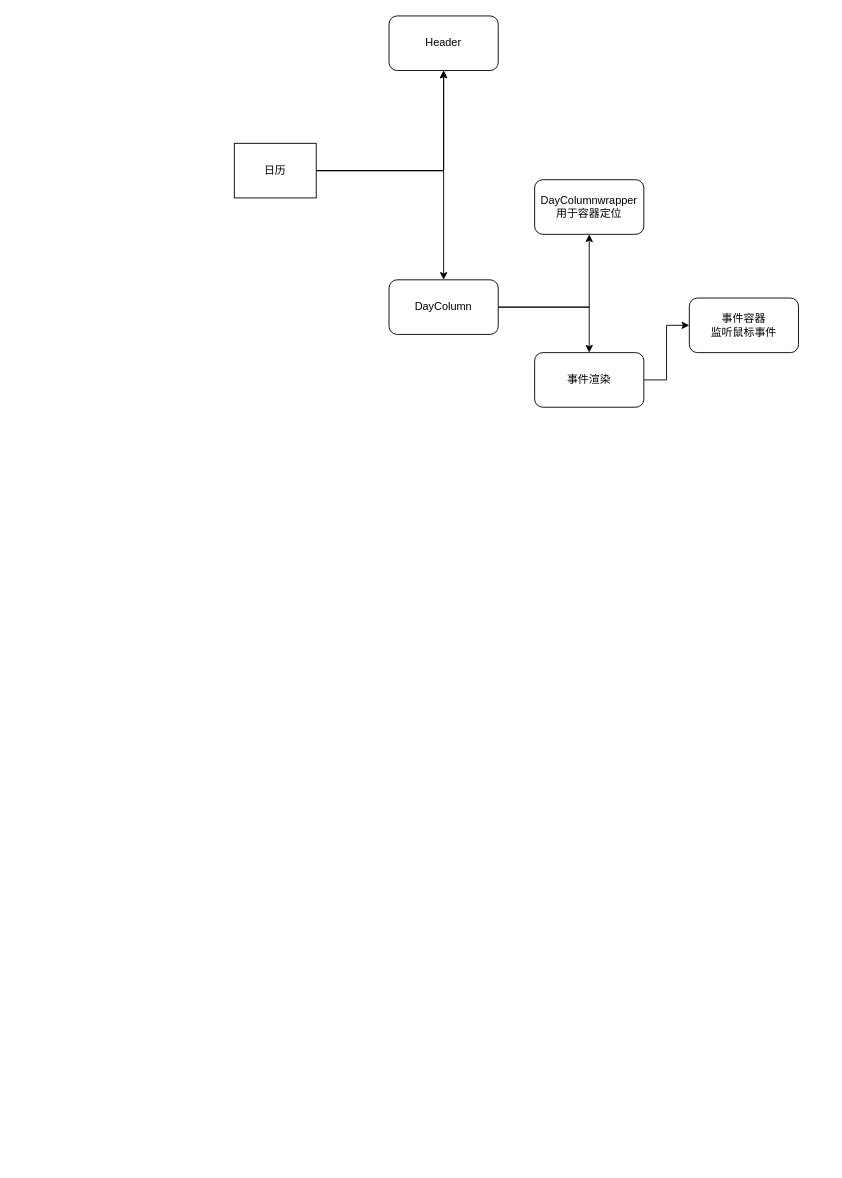
The draw.io diagram drawIO/calendarV2.drawio in linround/gitBook, before the edit. Source tidied: cells renumbered, new cells numbered last; positions are measured from the earlier drawing's top-left corner, leaving out a move shared by most shapes. Both pictures are drawn from the tidied source at 91%, with x=0, y=0 at pixel (234, 15).
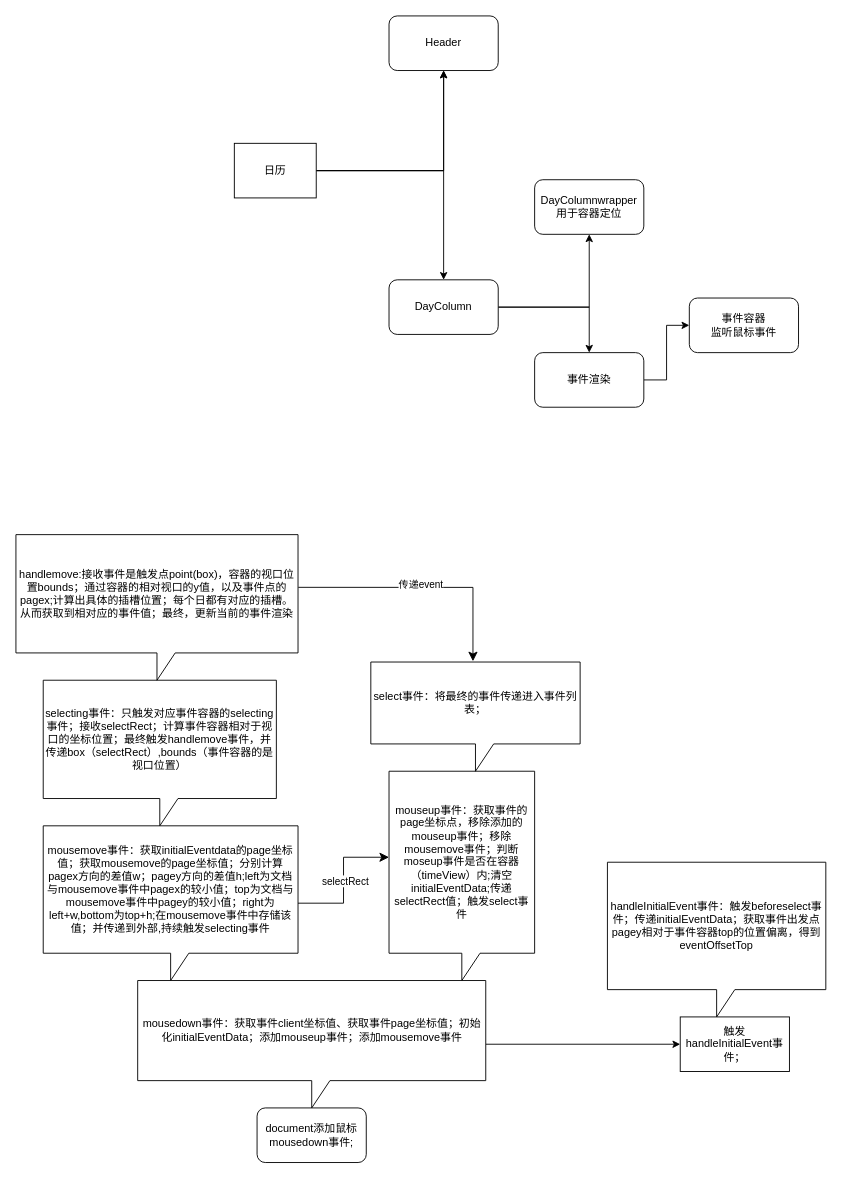
The same page after the edit.

Commit message:
doc:v2的日历设计相关

The edit, as a diff of the source:
```diff
@@
+    <mxCell id="14" value="document添加鼠标mousedown事件;" style="rounded=1;whiteSpace=wrap;html=1;" parent="1" vertex="1">
+      <mxGeometry x="25" y="1200" width="120" height="60" as="geometry" />
+    </mxCell>
+    <mxCell id="15" style="edgeStyle=orthogonalEdgeStyle;rounded=0;jettySize=auto;html=1;" parent="1" edge="1" source="16" target="23">
+      <mxGeometry relative="1" as="geometry" />
+    </mxCell>
+    <mxCell id="16" value="mousedown事件：获取事件client坐标值、获取事件page坐标值；初始化initialEventData；添加mouseup事件；添加mousemove事件" style="shape=callout;whiteSpace=wrap;html=1;perimeter=calloutPerimeter;" parent="1" vertex="1">
+      <mxGeometry x="-106.2" y="1060" width="382.5" height="140" as="geometry" />
+    </mxCell>
+    <mxCell id="17" value="mouseup事件：获取事件的page坐标点，移除添加的mouseup事件；移除mousemove事件；判断moseup事件是否在容器（timeView）内;清空initialEventData;传递selectRect值；触发select事件" style="shape=callout;whiteSpace=wrap;html=1;perimeter=calloutPerimeter;" parent="1" vertex="1">
+      <mxGeometry x="170" y="830" width="160" height="230" as="geometry" />
+    </mxCell>
+    <mxCell id="18" value="mousemove事件：获取initialEventdata的page坐标值；获取mousemove的page坐标值；分别计算pagex方向的差值w；pagey方向的差值h;left为文档与mousemove事件中pagex的较小值；top为文档与mousemove事件中pagey的较小值；right为left+w,bottom为top+h;在mousemove事件中存储该值；并传递到外部,持续触发selecting事件" style="shape=callout;whiteSpace=wrap;html=1;perimeter=calloutPerimeter;" parent="1" vertex="1">
+      <mxGeometry x="-210" y="890" width="280" height="170" as="geometry" />
+    </mxCell>
+    <mxCell id="19" style="edgeStyle=elbowEdgeStyle;elbow=horizontal;endArrow=classic;html=1;curved=0;rounded=0;endSize=8;startSize=8;entryX=0;entryY=0.411;entryDx=0;entryDy=0;entryPerimeter=0;" parent="1" edge="1" source="18" target="17">
+      <mxGeometry relative="1" as="geometry" />
+    </mxCell>
+    <mxCell id="20" value="selectRect" style="edgeLabel;html=1;align=center;verticalAlign=middle;" parent="19" vertex="1">
+      <mxGeometry x="0.16" y="-1" relative="1" as="geometry">
+        <mxPoint y="12" as="offset" />
+      </mxGeometry>
+    </mxCell>
+    <mxCell id="21" value="selecting事件：只触发对应事件容器的selecting事件；接收selectRect；计算事件容器相对于视口的坐标位置；最终触发handlemove事件，并传递box（selectRect）,bounds（事件容器的是视口位置）" style="shape=callout;whiteSpace=wrap;html=1;perimeter=calloutPerimeter;" parent="1" vertex="1">
+      <mxGeometry x="-210" y="730" width="256.2" height="160" as="geometry" />
+    </mxCell>
+    <mxCell id="22" value="handlemove:接收事件是触发点point(box)，容器的视口位置bounds；通过容器的相对视口的y值，以及事件点的pagex;计算出具体的插槽位置；每个日都有对应的插槽。从而获取到相对应的事件值；最终，更新当前的事件渲染" style="shape=callout;whiteSpace=wrap;html=1;perimeter=calloutPerimeter;" parent="1" vertex="1">
+      <mxGeometry x="-240" y="570" width="310" height="160" as="geometry" />
+    </mxCell>
+    <mxCell id="23" value="触发handleInitialEvent事件；" style="whiteSpace=wrap;html=1;" parent="1" vertex="1">
+      <mxGeometry x="490" y="1100" width="120" height="60" as="geometry" />
+    </mxCell>
+    <mxCell id="24" value="handleInitialEvent事件：触发beforeselect事件；传递initialEventData；获取事件出发点pagey相对于事件容器top的位置偏离，得到eventOffsetTop" style="shape=callout;whiteSpace=wrap;html=1;perimeter=calloutPerimeter;" parent="1" vertex="1">
+      <mxGeometry x="410" y="930" width="240" height="170" as="geometry" />
+    </mxCell>
+    <mxCell id="25" value="select事件：将最终的事件传递进入事件列表；" style="shape=callout;whiteSpace=wrap;html=1;perimeter=calloutPerimeter;" parent="1" vertex="1">
+      <mxGeometry x="150" y="710" width="230" height="120" as="geometry" />
+    </mxCell>
+    <mxCell id="26" style="edgeStyle=elbowEdgeStyle;elbow=vertical;endArrow=classic;html=1;curved=0;rounded=0;endSize=8;startSize=8;exitX=1.001;exitY=0.362;exitDx=0;exitDy=0;exitPerimeter=0;entryX=0.488;entryY=-0.007;entryDx=0;entryDy=0;entryPerimeter=0;" parent="1" edge="1" source="22" target="25">
+      <mxGeometry relative="1" as="geometry">
+        <Array as="points">
+          <mxPoint x="250" y="628" />
+          <mxPoint x="300" y="670" />
+          <mxPoint x="260" y="630" />
+          <mxPoint x="320" y="680" />
+          <mxPoint x="200" y="600" />
+          <mxPoint x="90" y="720" />
+          <mxPoint x="120" y="640" />
+        </Array>
+      </mxGeometry>
+    </mxCell>
+    <mxCell id="27" value="传递event" style="edgeLabel;html=1;align=center;verticalAlign=middle;" parent="26" vertex="1">
+      <mxGeometry x="-0.02" y="4" relative="1" as="geometry" />
+    </mxCell>
```
